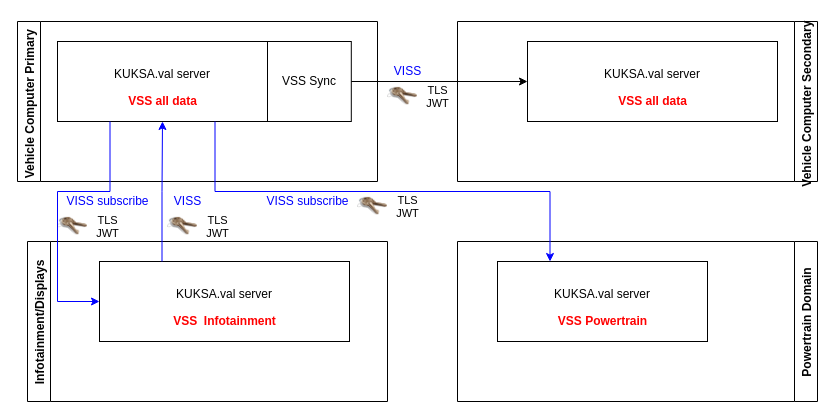
The draw.io diagram KUKSA.val deployment.drawio in SebastianSchildt/drawioplaygorund, before the edit. Source tidied: cells renumbered, new cells numbered last; positions are measured from the earlier drawing's top-left corner, leaving out a move shared by most shapes. Both pictures are drawn from the tidied source at 100%, with x=0, y=0 at pixel (17, 21).
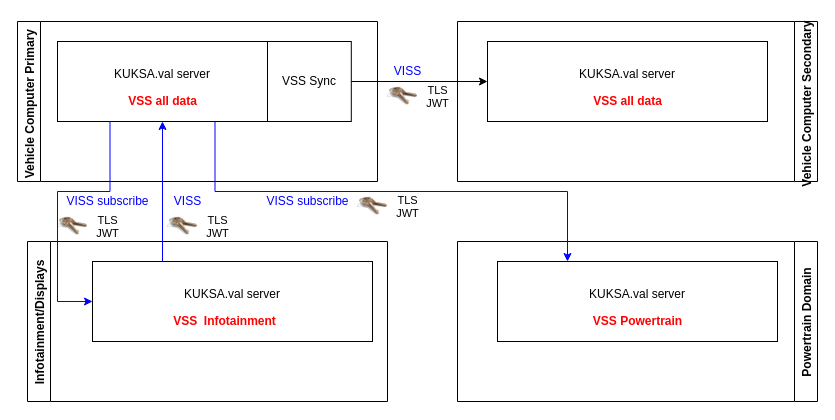
After the change.

The change refers to these unchanged cells:
```xml
<mxCell id="2" value="Vehicle Computer Secondary " style="swimlane;horizontal=0;direction=west;" parent="1" vertex="1">
  <mxGeometry x="440" width="360" height="160" as="geometry" />
</mxCell>
<mxCell id="6" value="Powertrain Domain" style="swimlane;horizontal=0;direction=west;" parent="1" vertex="1">
  <mxGeometry x="440" y="220" width="360" height="160" as="geometry" />
</mxCell>
<mxCell id="25" value="Infotainment/Displays" style="swimlane;horizontal=0;direction=east;" parent="1" vertex="1">
  <mxGeometry x="10" y="220" width="360" height="160" as="geometry" />
</mxCell>
```

What changed in the source:
```diff
@@
-    <mxCell id="3" style="group;" parent="2" vertex="1">
-      <mxGeometry x="40" y="20" width="250" height="80" as="geometry" />
-    </mxCell>
-    <mxCell id="4" value="&lt;font color=&quot;#000000&quot;&gt;KUKSA.val server&lt;br&gt;&lt;br&gt;&lt;/font&gt;" style="rounded=0;whiteSpace=wrap;html=1;fontColor=#FF0000;" parent="3" vertex="1">
-      <mxGeometry x="30" width="250" height="80" as="geometry" />
+    <mxCell id="4" value="&lt;font color=&quot;#000000&quot;&gt;KUKSA.val server&lt;br&gt;&lt;br&gt;&lt;/font&gt;" style="rounded=0;whiteSpace=wrap;html=1;fontColor=#FF0000;" parent="2" vertex="1">
+      <mxGeometry x="30" y="20" width="280" height="80" as="geometry" />
     </mxCell>
-    <mxCell id="5" value="&lt;font color=&quot;#ff0000&quot;&gt;&lt;b&gt;VSS all data&lt;/b&gt;&lt;/font&gt;" style="text;html=1;align=center;verticalAlign=middle;strokeColor=none;fillColor=none;fontColor=#0000FF;" parent="3" vertex="1">
-      <mxGeometry x="115" y="50" width="80" height="20" as="geometry" />
+    <mxCell id="5" value="&lt;font color=&quot;#ff0000&quot;&gt;&lt;b&gt;VSS all data&lt;/b&gt;&lt;/font&gt;" style="text;html=1;align=center;verticalAlign=middle;strokeColor=none;fillColor=none;fontColor=#0000FF;" parent="2" vertex="1">
+      <mxGeometry x="130" y="70" width="80" height="20" as="geometry" />
     </mxCell>
@@
-    <mxCell id="7" style="group;" parent="6" vertex="1">
-      <mxGeometry x="40" y="60" width="210" height="80" as="geometry" />
-    </mxCell>
-    <mxCell id="8" value="&lt;font color=&quot;#000000&quot;&gt;KUKSA.val server&lt;br&gt;&lt;br&gt;&lt;/font&gt;" style="rounded=0;whiteSpace=wrap;html=1;fontColor=#FF0000;" parent="7" vertex="1">
-      <mxGeometry y="-40" width="210" height="80" as="geometry" />
+    <mxCell id="8" value="&lt;font color=&quot;#000000&quot;&gt;KUKSA.val server&lt;br&gt;&lt;br&gt;&lt;/font&gt;" style="rounded=0;whiteSpace=wrap;html=1;fontColor=#FF0000;" parent="6" vertex="1">
+      <mxGeometry x="40" y="20" width="280" height="80" as="geometry" />
     </mxCell>
-    <mxCell id="9" value="&lt;font color=&quot;#ff0000&quot;&gt;&lt;b&gt;VSS Powertrain&lt;/b&gt;&lt;/font&gt;" style="text;html=1;align=center;verticalAlign=middle;strokeColor=none;fillColor=none;fontColor=#0000FF;" parent="7" vertex="1">
-      <mxGeometry x="55" y="10" width="100" height="20" as="geometry" />
+    <mxCell id="9" value="&lt;font color=&quot;#ff0000&quot;&gt;&lt;b&gt;VSS Powertrain&lt;/b&gt;&lt;/font&gt;" style="text;html=1;align=center;verticalAlign=middle;strokeColor=none;fillColor=none;fontColor=#0000FF;" parent="6" vertex="1">
+      <mxGeometry x="130" y="70" width="100" height="20" as="geometry" />
     </mxCell>
@@
-    <mxCell id="26" style="group;" parent="25" vertex="1">
-      <mxGeometry x="42" y="20" width="250" height="80" as="geometry" />
-    </mxCell>
-    <mxCell id="27" value="&lt;font color=&quot;#000000&quot;&gt;KUKSA.val server&lt;br&gt;&lt;br&gt;&lt;/font&gt;" style="rounded=0;whiteSpace=wrap;html=1;fontColor=#FF0000;" parent="26" vertex="1">
-      <mxGeometry x="30" width="250" height="80" as="geometry" />
+    <mxCell id="27" value="&lt;font color=&quot;#000000&quot;&gt;KUKSA.val server&lt;br&gt;&lt;br&gt;&lt;/font&gt;" style="rounded=0;whiteSpace=wrap;html=1;fontColor=#FF0000;" parent="25" vertex="1">
+      <mxGeometry x="65" y="20" width="280" height="80" as="geometry" />
     </mxCell>
-    <mxCell id="28" value="&lt;font color=&quot;#ff0000&quot;&gt;&lt;b&gt;VSS &amp;nbsp;Infotainment&lt;br&gt;&lt;/b&gt;&lt;/font&gt;" style="text;html=1;align=center;verticalAlign=middle;strokeColor=none;fillColor=none;fontColor=#0000FF;" parent="26" vertex="1">
-      <mxGeometry x="95" y="50" width="120" height="20" as="geometry" />
+    <mxCell id="28" value="&lt;font color=&quot;#ff0000&quot;&gt;&lt;b&gt;VSS &amp;nbsp;Infotainment&lt;br&gt;&lt;/b&gt;&lt;/font&gt;" style="text;html=1;align=center;verticalAlign=middle;strokeColor=none;fillColor=none;fontColor=#0000FF;" parent="25" vertex="1">
+      <mxGeometry x="137" y="70" width="120" height="20" as="geometry" />
     </mxCell>
```
